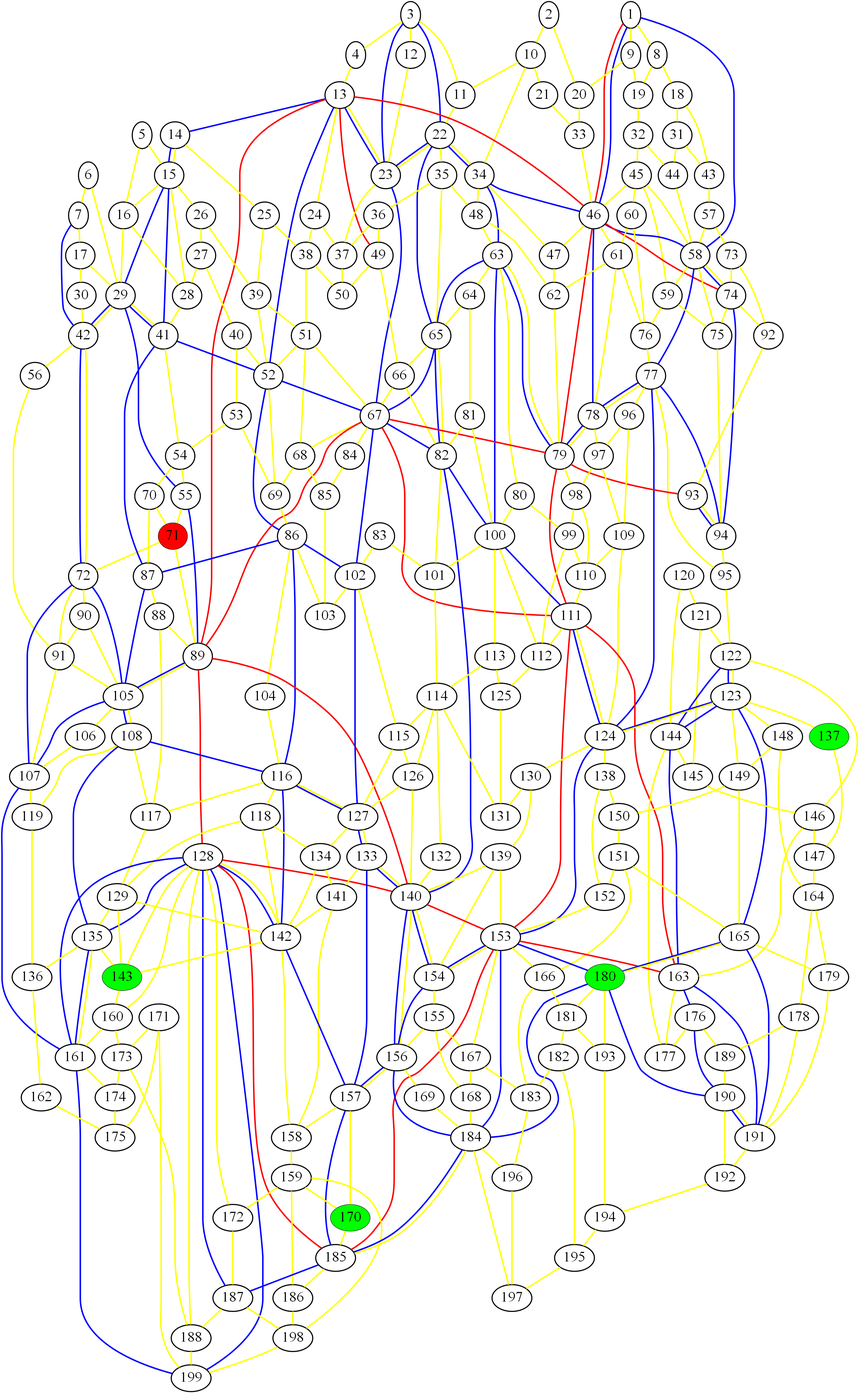
ed-churchill/complex-systems-project keeps this Graphviz diagram as graph_10.png. Above is the earlier version. Its source is kept beside it as graph_10.gv.
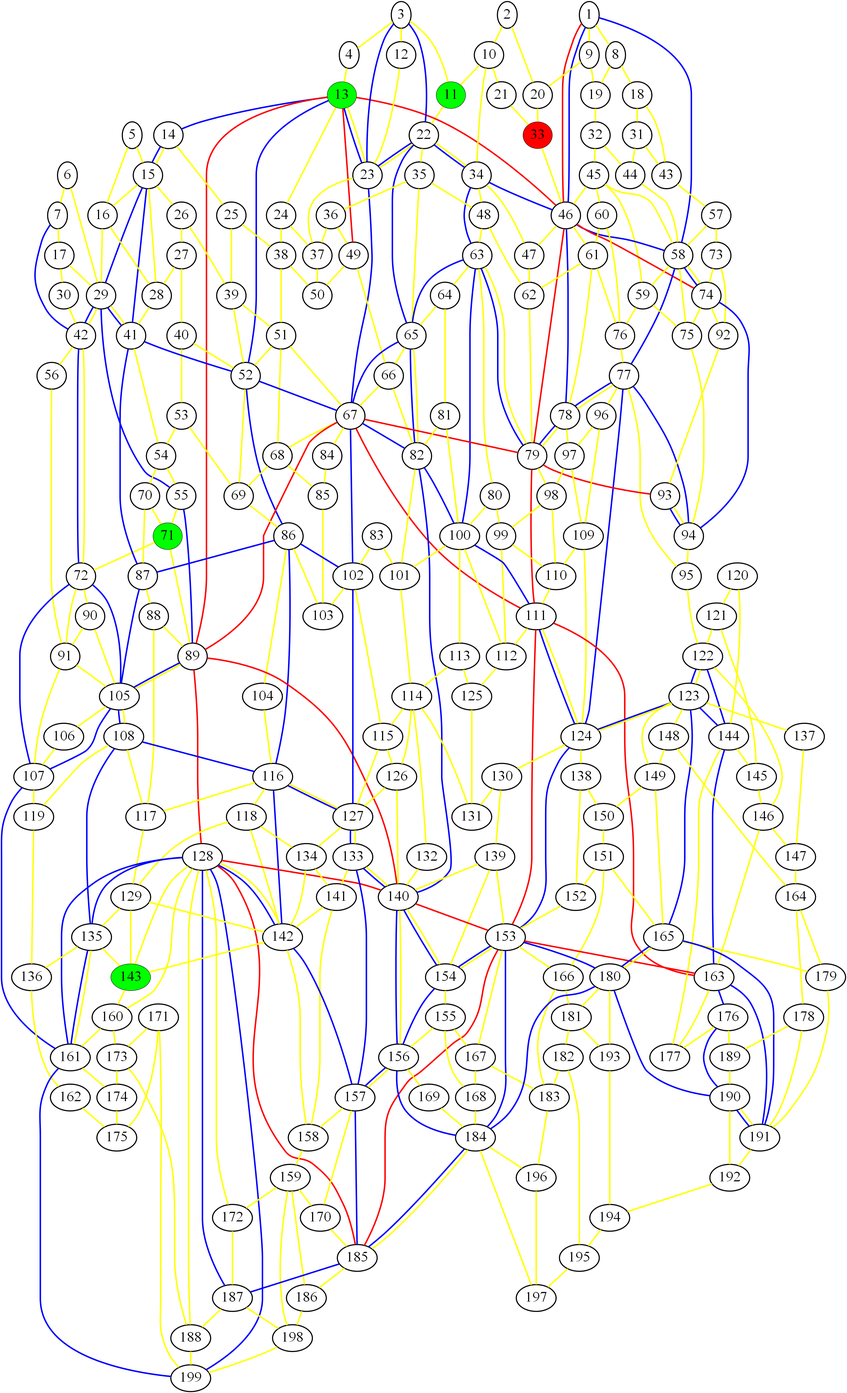
After the commit.

Diff of the diagram source:
```diff
@@ -1,9 +1,9 @@
 graph london_graph {
-71 [fillcolor=red, fontsize=40, pendwidth=3, style=filled];
+33 [fillcolor=red, fontsize=40, pendwidth=3, style=filled];
+71 [fillcolor=green, fontsize=40, pendwidth=3, style=filled];
+11 [fillcolor=green, fontsize=40, pendwidth=3, style=filled];
 143 [fillcolor=green, fontsize=40, pendwidth=3, style=filled];
-137 [fillcolor=green, fontsize=40, pendwidth=3, style=filled];
-180 [fillcolor=green, fontsize=40, pendwidth=3, style=filled];
-170 [fillcolor=green, fontsize=40, pendwidth=3, style=filled];
+13 [fillcolor=green, fontsize=40, pendwidth=3, style=filled];
 1 [fontsize=40, penwidth=3];
 2 [fontsize=40, penwidth=3];
 3 [fontsize=40, penwidth=3];
@@ -14,9 +14,7 @@
 8 [fontsize=40, penwidth=3];
 9 [fontsize=40, penwidth=3];
 10 [fontsize=40, penwidth=3];
-11 [fontsize=40, penwidth=3];
 12 [fontsize=40, penwidth=3];
-13 [fontsize=40, penwidth=3];
 14 [fontsize=40, penwidth=3];
 15 [fontsize=40, penwidth=3];
 16 [fontsize=40, penwidth=3];
@@ -36,7 +34,6 @@
 30 [fontsize=40, penwidth=3];
 31 [fontsize=40, penwidth=3];
 32 [fontsize=40, penwidth=3];
-33 [fontsize=40, penwidth=3];
 34 [fontsize=40, penwidth=3];
 35 [fontsize=40, penwidth=3];
 36 [fontsize=40, penwidth=3];
@@ -139,6 +136,7 @@
 134 [fontsize=40, penwidth=3];
 135 [fontsize=40, penwidth=3];
 136 [fontsize=40, penwidth=3];
+137 [fontsize=40, penwidth=3];
 138 [fontsize=40, penwidth=3];
 139 [fontsize=40, penwidth=3];
 140 [fontsize=40, penwidth=3];
@@ -170,6 +168,7 @@
 167 [fontsize=40, penwidth=3];
 168 [fontsize=40, penwidth=3];
 169 [fontsize=40, penwidth=3];
+170 [fontsize=40, penwidth=3];
 171 [fontsize=40, penwidth=3];
 172 [fontsize=40, penwidth=3];
 173 [fontsize=40, penwidth=3];
@@ -179,6 +178,7 @@
 177 [fontsize=40, penwidth=3];
 178 [fontsize=40, penwidth=3];
 179 [fontsize=40, penwidth=3];
+180 [fontsize=40, penwidth=3];
 181 [fontsize=40, penwidth=3];
 182 [fontsize=40, penwidth=3];
 183 [fontsize=40, penwidth=3];
```
